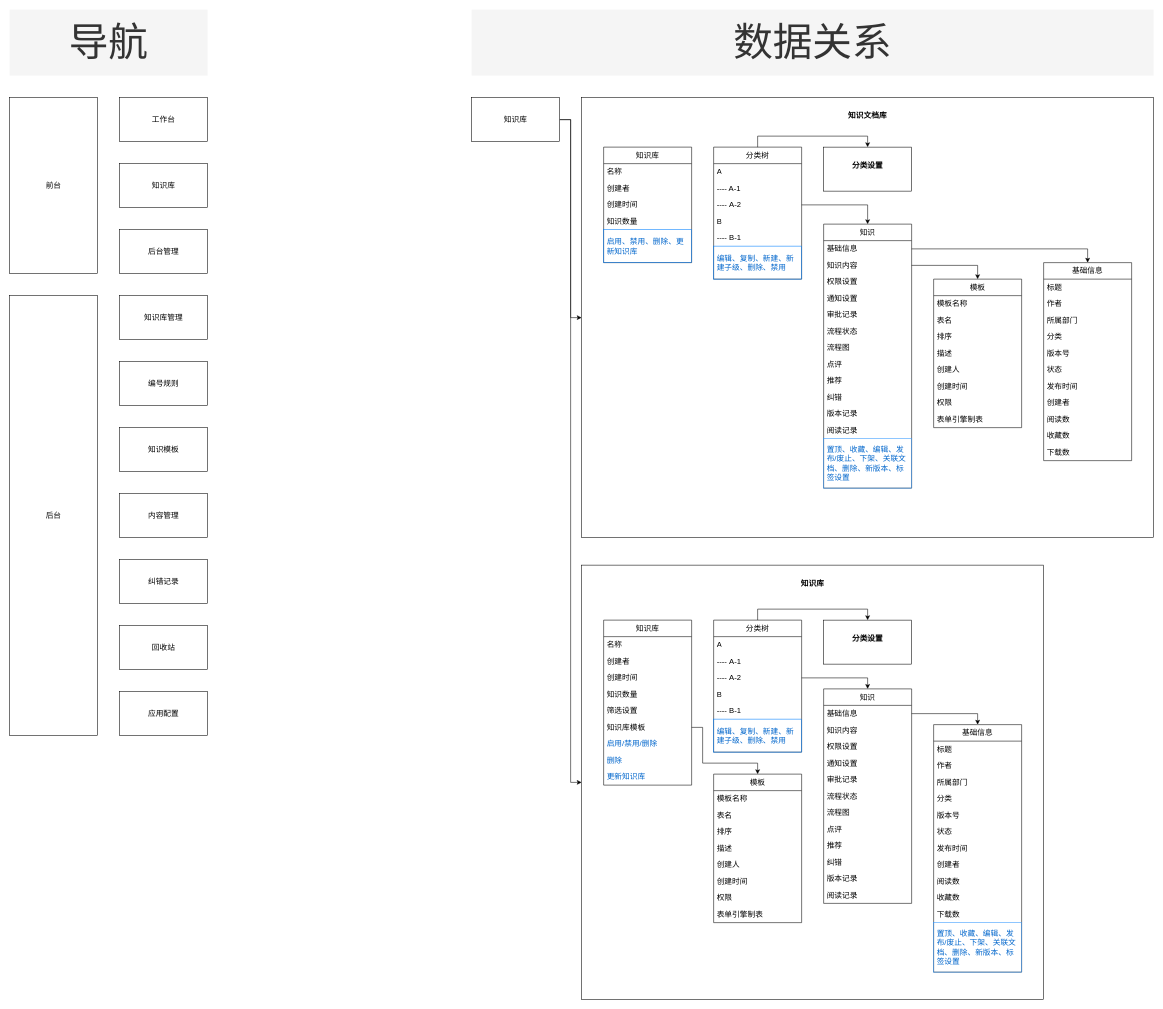
Above: 知识仓库应用.drawio in ottopan/drawforme (draw.io), before the change. Source tidied: cells renumbered, new cells numbered last; positions are measured from the earlier drawing's top-left corner, leaving out a move shared by most shapes. Both pictures are drawn from the tidied source at 55%, with x=0, y=0 at pixel (9, 9).
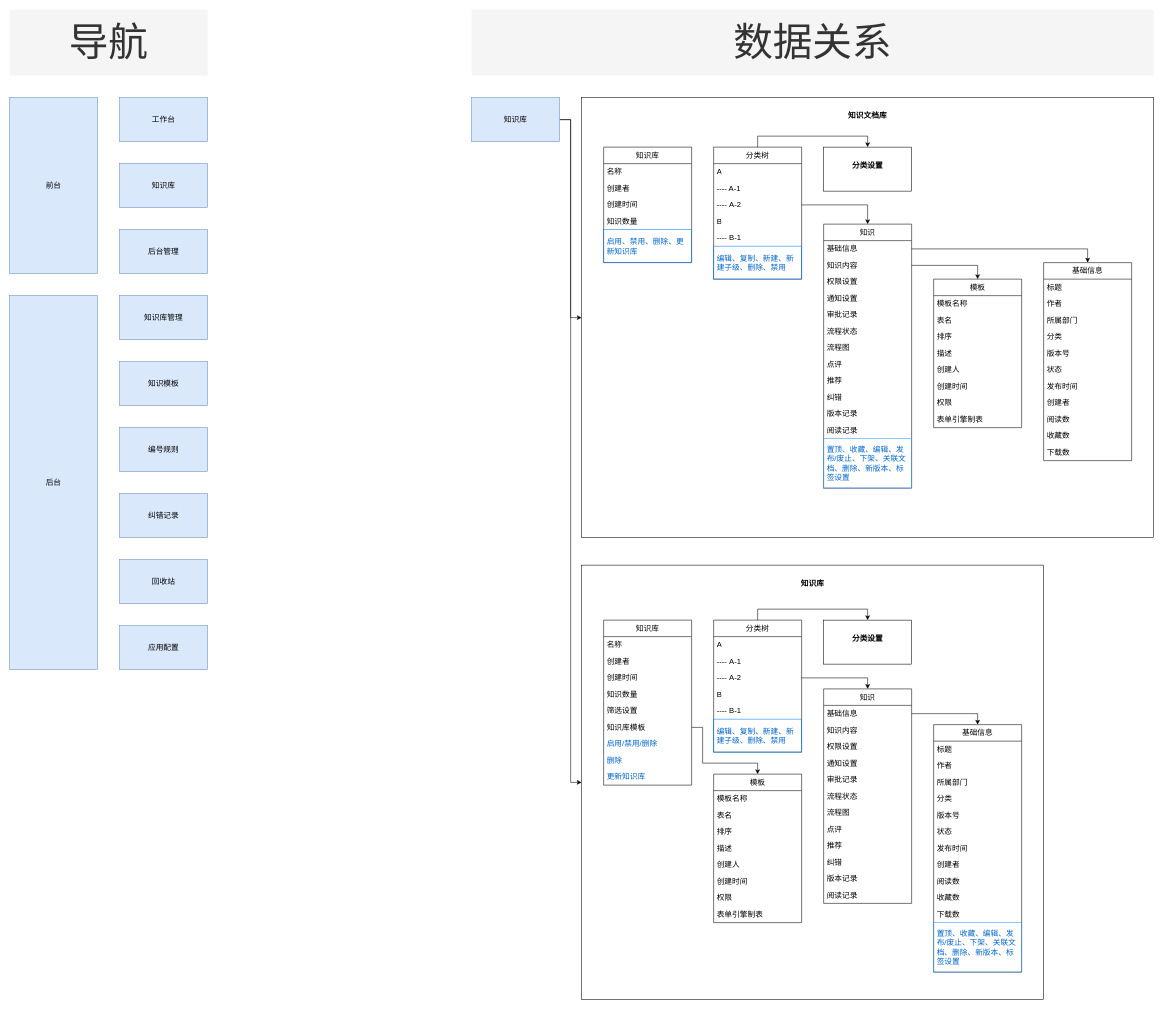
After the change.

Commit message:
更新知识仓库应用.drawio

The change refers to these unchanged cells:
```xml
<mxCell id="32" value="知识" style="swimlane;fontStyle=0;horizontal=1;startSize=30;whiteSpace=wrap;html=1;rounded=0;strokeColor=default;align=center;verticalAlign=middle;fontFamily=Helvetica;fontSize=14;fontColor=default;fillColor=default;" parent="16" vertex="1">
  <mxGeometry x="440" y="230" width="160" height="480" as="geometry" />
</mxCell>
<mxCell id="90" value="知识" style="swimlane;fontStyle=0;horizontal=1;startSize=30;whiteSpace=wrap;html=1;rounded=0;strokeColor=default;align=center;verticalAlign=middle;fontFamily=Helvetica;fontSize=14;fontColor=default;fillColor=default;" parent="70" vertex="1">
  <mxGeometry x="440" y="225" width="160" height="390" as="geometry" />
</mxCell>
```

Change to the diagram source:
```diff
@@
-    <mxCell id="4" value="知识库" style="rounded=0;whiteSpace=wrap;html=1;fontSize=14;" parent="1" vertex="1">
+    <mxCell id="4" value="知识库" style="rounded=0;whiteSpace=wrap;html=1;fontSize=14;fillColor=#dae8fc;strokeColor=#6c8ebf;" parent="1" vertex="1">
       <mxGeometry x="840" y="160" width="160" height="80" as="geometry" />
     </mxCell>
-    <mxCell id="5" value="前台" style="rounded=0;whiteSpace=wrap;html=1;fontSize=14;" parent="1" vertex="1">
+    <mxCell id="5" value="前台" style="rounded=0;whiteSpace=wrap;html=1;fontSize=14;fillColor=#dae8fc;strokeColor=#6c8ebf;" parent="1" vertex="1">
       <mxGeometry y="160" width="160" height="320" as="geometry" />
     </mxCell>
-    <mxCell id="6" value="工作台" style="rounded=0;whiteSpace=wrap;html=1;fontSize=14;" parent="1" vertex="1">
+    <mxCell id="6" value="工作台" style="rounded=0;whiteSpace=wrap;html=1;fontSize=14;fillColor=#dae8fc;strokeColor=#6c8ebf;" parent="1" vertex="1">
       <mxGeometry x="200" y="160" width="160" height="80" as="geometry" />
     </mxCell>
-    <mxCell id="7" value="知识库" style="rounded=0;whiteSpace=wrap;html=1;fontSize=14;" parent="1" vertex="1">
+    <mxCell id="7" value="知识库" style="rounded=0;whiteSpace=wrap;html=1;fontSize=14;fillColor=#dae8fc;strokeColor=#6c8ebf;" parent="1" vertex="1">
       <mxGeometry x="200" y="280" width="160" height="80" as="geometry" />
     </mxCell>
-    <mxCell id="8" value="后台" style="rounded=0;whiteSpace=wrap;html=1;fontSize=14;" parent="1" vertex="1">
-      <mxGeometry y="520" width="160" height="800" as="geometry" />
+    <mxCell id="8" value="后台" style="rounded=0;whiteSpace=wrap;html=1;fontSize=14;fillColor=#dae8fc;strokeColor=#6c8ebf;" parent="1" vertex="1">
+      <mxGeometry y="520" width="160" height="680" as="geometry" />
     </mxCell>
-    <mxCell id="9" value="知识库管理" style="rounded=0;whiteSpace=wrap;html=1;fontSize=14;" parent="1" vertex="1">
+    <mxCell id="9" value="知识库管理" style="rounded=0;whiteSpace=wrap;html=1;fontSize=14;fillColor=#dae8fc;strokeColor=#6c8ebf;" parent="1" vertex="1">
       <mxGeometry x="200" y="520" width="160" height="80" as="geometry" />
     </mxCell>
-    <mxCell id="10" value="编号规则" style="rounded=0;whiteSpace=wrap;html=1;fontSize=14;" parent="1" vertex="1">
-      <mxGeometry x="200" y="640" width="160" height="80" as="geometry" />
+    <mxCell id="10" value="编号规则" style="rounded=0;whiteSpace=wrap;html=1;fontSize=14;fillColor=#dae8fc;strokeColor=#6c8ebf;" parent="1" vertex="1">
+      <mxGeometry x="200" y="760" width="160" height="80" as="geometry" />
     </mxCell>
-    <mxCell id="11" value="知识模板" style="rounded=0;whiteSpace=wrap;html=1;fontSize=14;" parent="1" vertex="1">
-      <mxGeometry x="200" y="760" width="160" height="80" as="geometry" />
+    <mxCell id="11" value="知识模板" style="rounded=0;whiteSpace=wrap;html=1;fontSize=14;fillColor=#dae8fc;strokeColor=#6c8ebf;" parent="1" vertex="1">
+      <mxGeometry x="200" y="640" width="160" height="80" as="geometry" />
     </mxCell>
-    <mxCell id="12" value="内容管理" style="rounded=0;whiteSpace=wrap;html=1;fontSize=14;" parent="1" vertex="1">
-      <mxGeometry x="200" y="880" width="160" height="80" as="geometry" />
-    </mxCell>
-    <mxCell id="13" value="纠错记录" style="rounded=0;whiteSpace=wrap;html=1;fontSize=14;" parent="1" vertex="1">
-      <mxGeometry x="200" y="1000" width="160" height="80" as="geometry" />
+    <mxCell id="13" value="纠错记录" style="rounded=0;whiteSpace=wrap;html=1;fontSize=14;fillColor=#dae8fc;strokeColor=#6c8ebf;" parent="1" vertex="1">
+      <mxGeometry x="200" y="880" width="160" height="80" as="geometry" />
     </mxCell>
-    <mxCell id="14" value="回收站" style="rounded=0;whiteSpace=wrap;html=1;fontSize=14;" parent="1" vertex="1">
-      <mxGeometry x="200" y="1120" width="160" height="80" as="geometry" />
+    <mxCell id="14" value="回收站" style="rounded=0;whiteSpace=wrap;html=1;fontSize=14;fillColor=#dae8fc;strokeColor=#6c8ebf;" parent="1" vertex="1">
+      <mxGeometry x="200" y="1000" width="160" height="80" as="geometry" />
     </mxCell>
-    <mxCell id="15" value="应用配置" style="rounded=0;whiteSpace=wrap;html=1;fontSize=14;" parent="1" vertex="1">
-      <mxGeometry x="200" y="1240" width="160" height="80" as="geometry" />
+    <mxCell id="15" value="应用配置" style="rounded=0;whiteSpace=wrap;html=1;fontSize=14;fillColor=#dae8fc;strokeColor=#6c8ebf;" parent="1" vertex="1">
+      <mxGeometry x="200" y="1120" width="160" height="80" as="geometry" />
     </mxCell>
@@
-    <mxCell id="42" value="纠错" style="text;strokeColor=none;fillColor=none;align=left;verticalAlign=middle;spacingLeft=4;spacingRight=4;overflow=hidden;whiteSpace=wrap;html=1;fontFamily=Helvetica;fontSize=14;fontColor=default;" parent="32" vertex="1">
-      <mxGeometry y="300" width="160" height="30" as="geometry" />
-    </mxCell>
+    <mxCell id="131" value="纠错" style="text;strokeColor=none;fillColor=none;align=left;verticalAlign=middle;spacingLeft=4;spacingRight=4;overflow=hidden;whiteSpace=wrap;html=1;fontFamily=Helvetica;fontSize=14;fontColor=default;" parent="32" vertex="1">
+      <mxGeometry y="300" width="160" height="30" as="geometry" />
+    </mxCell>
@@
-    <mxCell id="100" value="纠错" style="text;strokeColor=none;fillColor=none;align=left;verticalAlign=middle;spacingLeft=4;spacingRight=4;overflow=hidden;whiteSpace=wrap;html=1;fontFamily=Helvetica;fontSize=14;fontColor=default;" parent="90" vertex="1">
-      <mxGeometry y="300" width="160" height="30" as="geometry" />
-    </mxCell>
+    <mxCell id="132" value="纠错" style="text;strokeColor=none;fillColor=none;align=left;verticalAlign=middle;spacingLeft=4;spacingRight=4;overflow=hidden;whiteSpace=wrap;html=1;fontFamily=Helvetica;fontSize=14;fontColor=default;" parent="90" vertex="1">
+      <mxGeometry y="300" width="160" height="30" as="geometry" />
+    </mxCell>
@@
-    <mxCell id="128" value="后台管理" style="rounded=0;whiteSpace=wrap;html=1;fontSize=14;" parent="1" vertex="1">
+    <mxCell id="128" value="后台管理" style="rounded=0;whiteSpace=wrap;html=1;fontSize=14;fillColor=#dae8fc;strokeColor=#6c8ebf;" parent="1" vertex="1">
       <mxGeometry x="200" y="400" width="160" height="80" as="geometry" />
     </mxCell>
```
